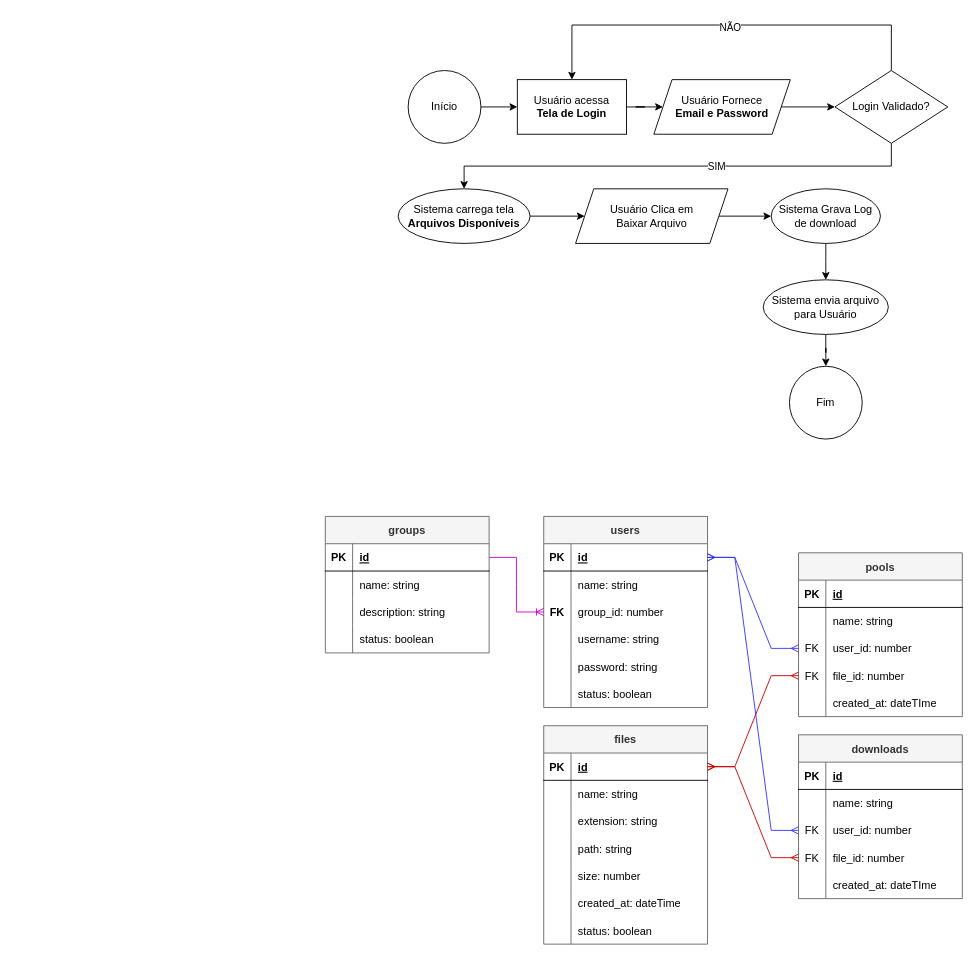
The draw.io diagram FileManager.drawio in lipex360x/draw.io, before the edit. Source tidied: cells renumbered, new cells numbered last; positions are measured from the earlier drawing's top-left corner, leaving out a move shared by most shapes. Both pictures are drawn from the tidied source at 91%, with x=0, y=0 at pixel (325, 25).
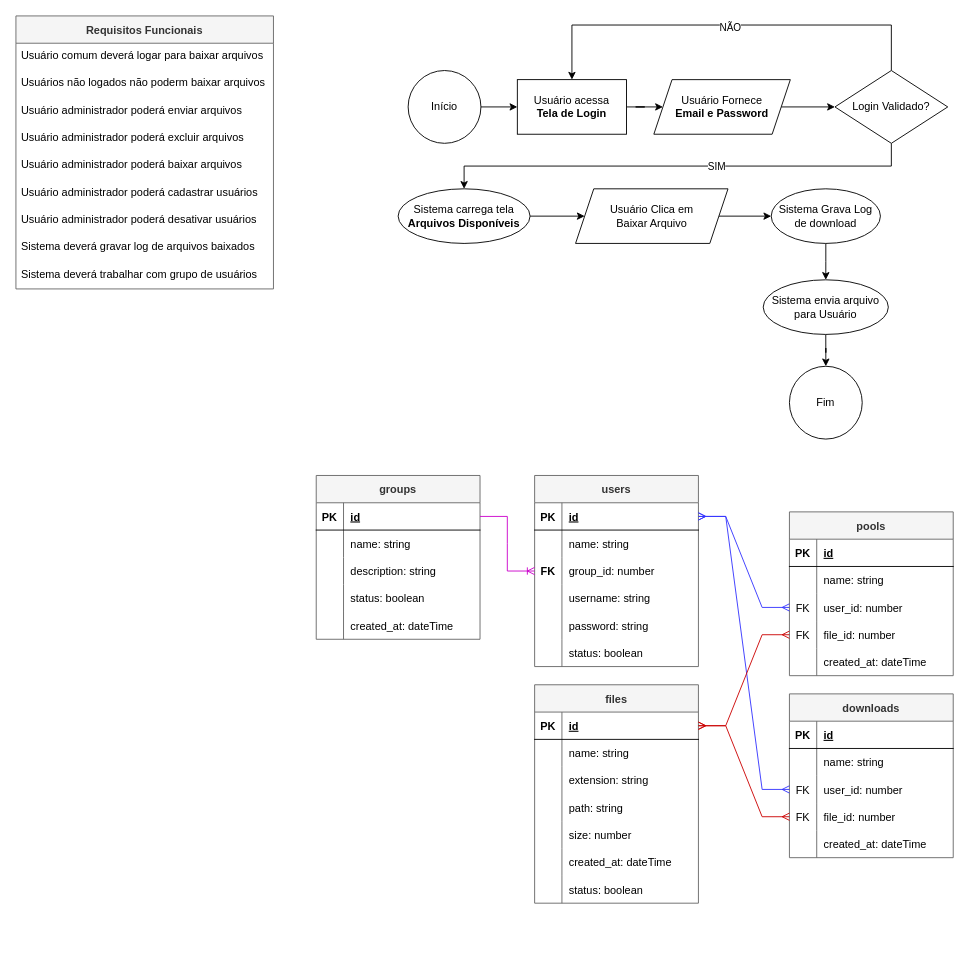
After the change.

Unchanged cells that the change refers to:
```xml
<mxCell id="76" style="shape=tableRow;horizontal=0;startSize=0;swimlaneHead=0;swimlaneBody=0;fillColor=none;top=0;left=0;right=0;bottom=0;" parent="63" vertex="1">
  <mxGeometry y="150" width="180" height="30" as="geometry" />
</mxCell>
<mxCell id="108" style="shape=tableRow;horizontal=0;startSize=0;swimlaneHead=0;swimlaneBody=0;fillColor=none;top=0;left=0;right=0;bottom=0;" parent="95" vertex="1">
  <mxGeometry y="150" width="180" height="30" as="geometry" />
</mxCell>
```

The edit, as a diff of the source:
```diff
@@
     <mxCell id="22" value="users" style="shape=table;startSize=30;childLayout=tableLayout;rowLines=0;fontStyle=1;align=center;sketch=0;rounded=0;shadow=0;swimlaneFillColor=default;fillColor=#f5f5f5;strokeColor=#666666;fontColor=#333333;" parent="1" vertex="1">
-      <mxGeometry x="240" y="540" width="180" height="210" as="geometry" />
+      <mxGeometry x="230" y="495" width="180" height="210" as="geometry" />
     </mxCell>
@@
     <mxCell id="41" value="files" style="shape=table;startSize=30;childLayout=tableLayout;rowLines=0;fontStyle=1;align=center;sketch=0;rounded=0;shadow=0;swimlaneFillColor=default;fillColor=#f5f5f5;strokeColor=#666666;fontColor=#333333;" parent="1" vertex="1">
-      <mxGeometry x="240" y="770" width="180" height="240" as="geometry" />
+      <mxGeometry x="230" y="725" width="180" height="240" as="geometry" />
     </mxCell>
@@
     <mxCell id="63" value="downloads" style="shape=table;startSize=30;childLayout=tableLayout;rowLines=0;fontStyle=1;align=center;sketch=0;rounded=0;shadow=0;swimlaneFillColor=default;fillColor=#f5f5f5;strokeColor=#666666;fontColor=#333333;" parent="1" vertex="1">
-      <mxGeometry x="520" y="780" width="180" height="180" as="geometry" />
+      <mxGeometry x="510" y="735" width="180" height="180" as="geometry" />
     </mxCell>
@@
-    <mxCell id="78" value="created_at: dateTIme" style="shape=partialRectangle;fillColor=none;top=0;left=0;bottom=0;right=0;align=left;spacingLeft=6;overflow=hidden;" parent="76" vertex="1">
+    <mxCell id="78" value="created_at: dateTime" style="shape=partialRectangle;fillColor=none;top=0;left=0;bottom=0;right=0;align=left;spacingLeft=6;overflow=hidden;" parent="76" vertex="1">
       <mxGeometry x="30" width="150" height="30" as="geometry" />
     </mxCell>
@@
     <mxCell id="81" value="groups" style="shape=table;startSize=30;childLayout=tableLayout;rowLines=0;fontStyle=1;align=center;rounded=0;shadow=0;sketch=0;gradientColor=none;fillColor=#f5f5f5;strokeColor=#666666;fontColor=#333333;swimlaneFillColor=default;" parent="1" vertex="1">
-      <mxGeometry y="540" width="180" height="150" as="geometry" />
+      <mxGeometry x="-10" y="495" width="180" height="180" as="geometry" />
     </mxCell>
@@
+    <mxCell id="113" style="shape=tableRow;horizontal=0;startSize=0;swimlaneHead=0;swimlaneBody=0;fillColor=none;top=0;left=0;right=0;bottom=0;rounded=0;shadow=0;sketch=0;" parent="81" vertex="1">
+      <mxGeometry y="150" width="180" height="30" as="geometry" />
+    </mxCell>
+    <mxCell id="114" style="shape=partialRectangle;fillColor=none;top=0;left=0;bottom=0;right=0;overflow=hidden;rounded=0;shadow=0;sketch=0;" parent="113" vertex="1">
+      <mxGeometry width="30" height="30" as="geometry" />
+    </mxCell>
+    <mxCell id="115" value="created_at: dateTime" style="shape=partialRectangle;fillColor=none;top=0;left=0;bottom=0;right=0;align=left;spacingLeft=6;overflow=hidden;rounded=0;shadow=0;sketch=0;" parent="113" vertex="1">
+      <mxGeometry x="30" width="150" height="30" as="geometry" />
+    </mxCell>
@@
     <mxCell id="95" value="pools" style="shape=table;startSize=30;childLayout=tableLayout;rowLines=0;fontStyle=1;align=center;sketch=0;rounded=0;shadow=0;swimlaneFillColor=default;fillColor=#f5f5f5;strokeColor=#666666;fontColor=#333333;" parent="1" vertex="1">
-      <mxGeometry x="520" y="580" width="180" height="180" as="geometry" />
+      <mxGeometry x="510" y="535" width="180" height="180" as="geometry" />
     </mxCell>
@@
-    <mxCell id="110" value="created_at: dateTIme" style="shape=partialRectangle;fillColor=none;top=0;left=0;bottom=0;right=0;align=left;spacingLeft=6;overflow=hidden;" parent="108" vertex="1">
+    <mxCell id="110" value="created_at: dateTime" style="shape=partialRectangle;fillColor=none;top=0;left=0;bottom=0;right=0;align=left;spacingLeft=6;overflow=hidden;" parent="108" vertex="1">
       <mxGeometry x="30" width="150" height="30" as="geometry" />
     </mxCell>
@@
+    <mxCell id="116" value="Requisitos Funcionais" style="swimlane;fontStyle=1;horizontal=1;startSize=30;align=center;fontSize=12;rounded=0;shadow=0;sketch=0;gradientColor=none;fillColor=#f5f5f5;strokeColor=#666666;fontColor=#333333;swimlaneFillColor=default;" parent="1" vertex="1">
+      <mxGeometry x="-340" y="-10" width="283" height="300" as="geometry" />
+    </mxCell>
+    <mxCell id="117" value="Usuário comum deverá logar para baixar arquivos" style="text;strokeColor=none;fillColor=none;spacingLeft=4;spacingRight=4;overflow=hidden;fontSize=12;rounded=0;shadow=0;sketch=0;" parent="116" vertex="1">
+      <mxGeometry y="30" width="283" height="30" as="geometry" />
+    </mxCell>
+    <mxCell id="118" value="Usuários não logados não poderm baixar arquivos" style="text;strokeColor=none;fillColor=none;spacingLeft=4;spacingRight=4;overflow=hidden;fontSize=12;rounded=0;shadow=0;sketch=0;" parent="116" vertex="1">
+      <mxGeometry y="60" width="283" height="30" as="geometry" />
+    </mxCell>
+    <mxCell id="119" value="Usuário administrador poderá enviar arquivos" style="text;strokeColor=none;fillColor=none;spacingLeft=4;spacingRight=4;overflow=hidden;fontSize=12;rounded=0;shadow=0;sketch=0;" parent="116" vertex="1">
+      <mxGeometry y="90" width="283" height="30" as="geometry" />
+    </mxCell>
+    <mxCell id="120" value="Usuário administrador poderá excluir arquivos" style="text;strokeColor=none;fillColor=none;spacingLeft=4;spacingRight=4;overflow=hidden;fontSize=12;rounded=0;shadow=0;sketch=0;" parent="116" vertex="1">
+      <mxGeometry y="120" width="283" height="30" as="geometry" />
+    </mxCell>
+    <mxCell id="121" value="Usuário administrador poderá baixar arquivos" style="text;strokeColor=none;fillColor=none;spacingLeft=4;spacingRight=4;overflow=hidden;fontSize=12;rounded=0;shadow=0;sketch=0;" parent="116" vertex="1">
+      <mxGeometry y="150" width="283" height="30" as="geometry" />
+    </mxCell>
+    <mxCell id="122" value="Usuário administrador poderá cadastrar usuários" style="text;strokeColor=none;fillColor=none;spacingLeft=4;spacingRight=4;overflow=hidden;fontSize=12;rounded=0;shadow=0;sketch=0;" parent="116" vertex="1">
+      <mxGeometry y="180" width="283" height="30" as="geometry" />
+    </mxCell>
+    <mxCell id="123" value="Usuário administrador poderá desativar usuários" style="text;strokeColor=none;fillColor=none;spacingLeft=4;spacingRight=4;overflow=hidden;fontSize=12;rounded=0;shadow=0;sketch=0;" parent="116" vertex="1">
+      <mxGeometry y="210" width="283" height="30" as="geometry" />
+    </mxCell>
+    <mxCell id="124" value="Sistema deverá gravar log de arquivos baixados" style="text;strokeColor=none;fillColor=none;spacingLeft=4;spacingRight=4;overflow=hidden;fontSize=12;rounded=0;shadow=0;sketch=0;" parent="116" vertex="1">
+      <mxGeometry y="240" width="283" height="30" as="geometry" />
+    </mxCell>
+    <mxCell id="125" value="Sistema deverá trabalhar com grupo de usuários" style="text;strokeColor=none;fillColor=none;spacingLeft=4;spacingRight=4;overflow=hidden;fontSize=12;rounded=0;shadow=0;sketch=0;" parent="116" vertex="1">
+      <mxGeometry y="270" width="283" height="30" as="geometry" />
+    </mxCell>
```
